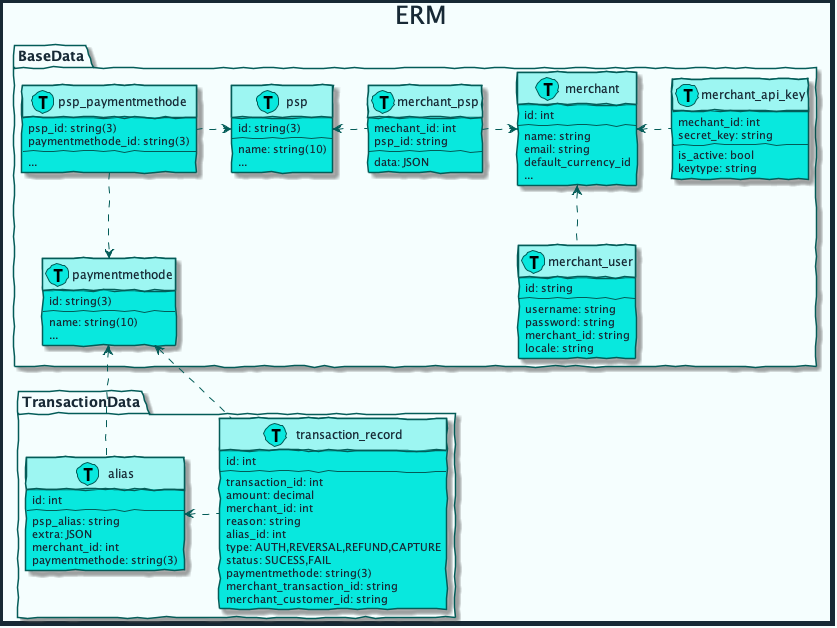
The PlantUML diagram diagrams/out/erm.png in mobilabsolutions/stash-sdk-wiki, before a commit.
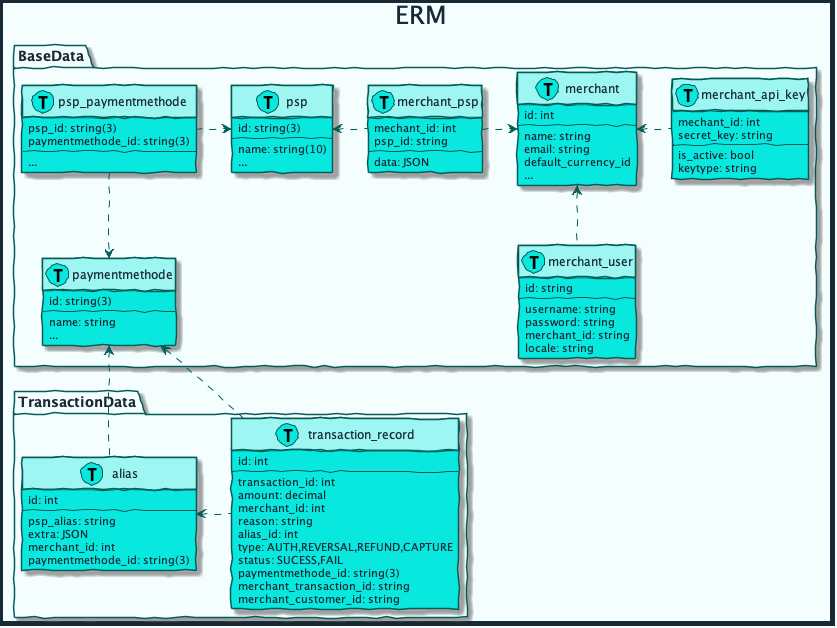
After the change.

Change to the diagram source:
```diff
@@ -58,7 +58,7 @@
     class paymentmethode << (T, #08E8DE) >>{
         id: string(3)
         --
-        name: string(10)
+        name: string
         ...
     }
 
@@ -117,7 +117,7 @@
         psp_alias: string
         extra: JSON
         merchant_id: int
-        paymentmethode: string(3)
+        paymentmethode_id: string(3)
     }
 
     class transaction_record << (T, #08E8DE) >>{
@@ -130,7 +130,7 @@
         alias_id: int
         type: AUTH,REVERSAL,REFUND,CAPTURE
         status: SUCESS,FAIL
-        paymentmethode: string(3)
+        paymentmethode_id: string(3)
         merchant_transaction_id: string
         merchant_customer_id: string
     }
```
